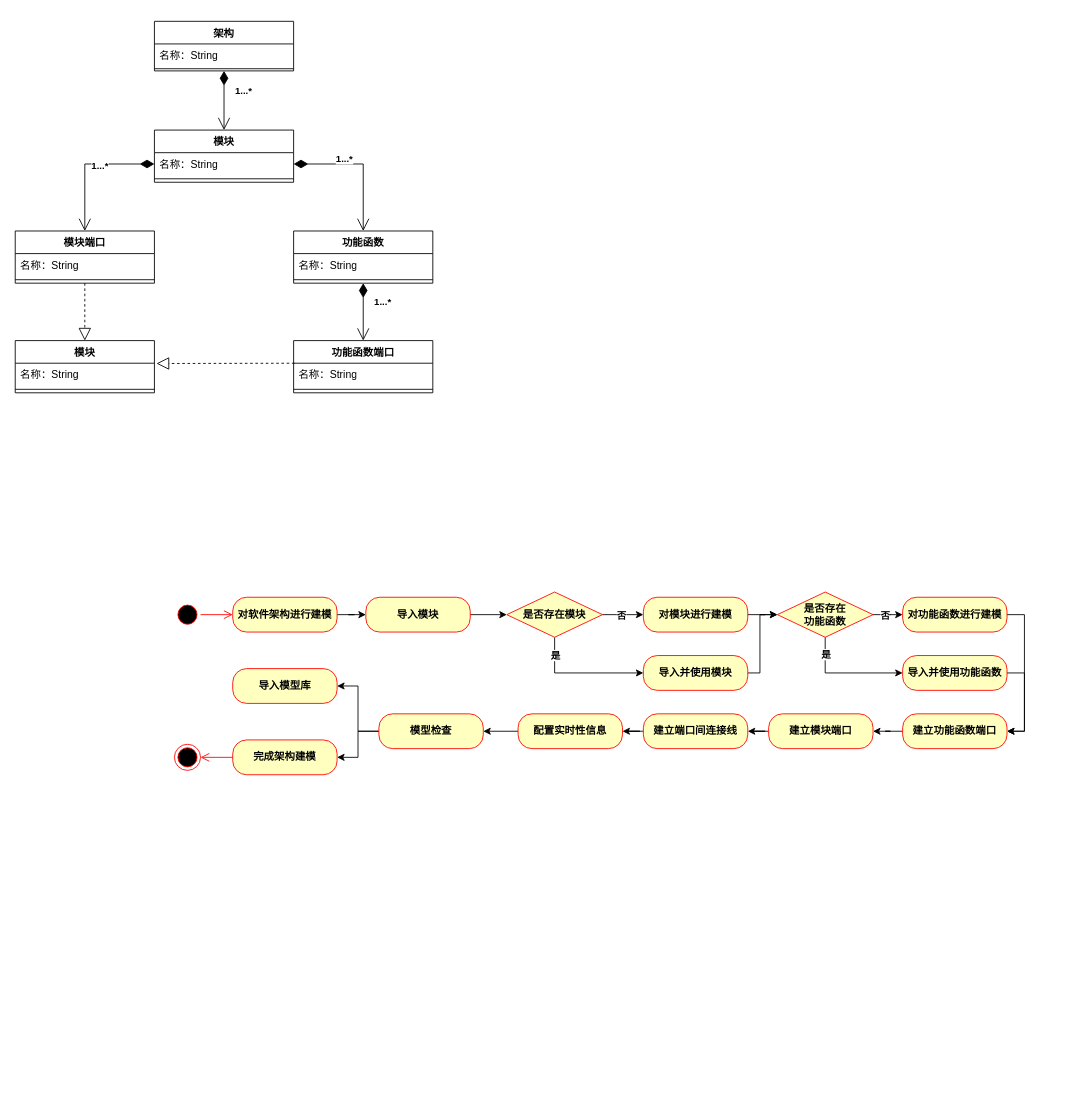
Earlier version of the draw.io diagram page "技术报告" (6 of 6) of Usage Instructions/安全攸关模版.drawio (Ayuan66/ArchTacRV-Software-Architectural-Tactics-Detector-and-Verifier). Source tidied: cells renumbered, new cells numbered last; positions are measured from the earlier drawing's top-left corner, leaving out a move shared by most shapes. Both pictures are drawn from the tidied source at 87%, with x=0, y=0 at pixel (15, 21).
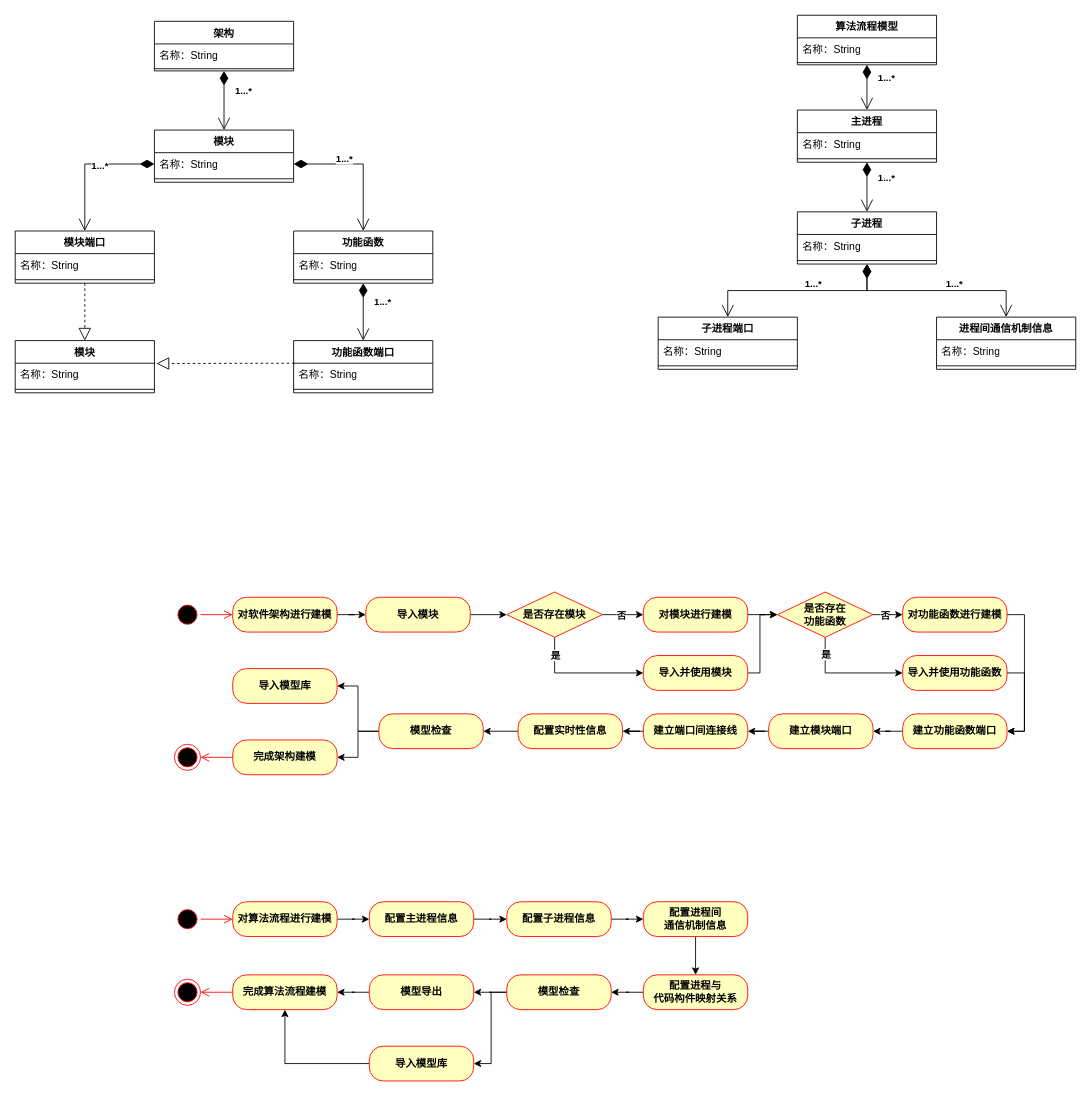
After the change.

Commit message:
更新技术报告

The edit, as a diff of the source:
```diff
@@
+    <mxCell id="65" value="算法流程模型" style="swimlane;fontStyle=1;align=center;verticalAlign=top;horizontal=1;startSize=26;whiteSpace=wrap;html=1;" parent="1" vertex="1">
+      <mxGeometry x="899" y="-7" width="160" height="57" as="geometry" />
+    </mxCell>
+    <mxCell id="66" value="名称：String" style="text;strokeColor=none;fillColor=none;align=left;verticalAlign=top;spacingLeft=4;spacingRight=4;overflow=hidden;whiteSpace=wrap;html=1;" parent="65" vertex="1">
+      <mxGeometry y="26" width="160" height="26" as="geometry" />
+    </mxCell>
+    <mxCell id="67" style="line;strokeWidth=1;fillColor=none;align=left;verticalAlign=middle;spacingTop=-1;spacingLeft=3;spacingRight=3;labelPosition=right;strokeColor=inherit;" parent="65" vertex="1">
+      <mxGeometry y="52" width="160" height="5" as="geometry" />
+    </mxCell>
+    <mxCell id="68" value="主进程" style="swimlane;fontStyle=1;align=center;verticalAlign=top;horizontal=1;startSize=26;whiteSpace=wrap;html=1;" parent="1" vertex="1">
+      <mxGeometry x="899" y="102" width="160" height="60" as="geometry" />
+    </mxCell>
+    <mxCell id="69" value="&lt;div&gt;名称：String&lt;/div&gt;" style="text;strokeColor=none;fillColor=none;align=left;verticalAlign=top;spacingLeft=4;spacingRight=4;overflow=hidden;whiteSpace=wrap;html=1;" parent="68" vertex="1">
+      <mxGeometry y="26" width="160" height="26" as="geometry" />
+    </mxCell>
+    <mxCell id="70" style="line;strokeWidth=1;fillColor=none;align=left;verticalAlign=middle;spacingTop=-1;spacingLeft=3;spacingRight=3;labelPosition=right;strokeColor=inherit;" parent="68" vertex="1">
+      <mxGeometry y="52" width="160" height="8" as="geometry" />
+    </mxCell>
+    <mxCell id="71" value="子进程" style="swimlane;fontStyle=1;align=center;verticalAlign=top;horizontal=1;startSize=26;whiteSpace=wrap;html=1;" parent="1" vertex="1">
+      <mxGeometry x="899" y="219" width="160" height="60" as="geometry" />
+    </mxCell>
+    <mxCell id="72" value="&lt;div&gt;名称：String&lt;/div&gt;" style="text;strokeColor=none;fillColor=none;align=left;verticalAlign=top;spacingLeft=4;spacingRight=4;overflow=hidden;whiteSpace=wrap;html=1;" parent="71" vertex="1">
+      <mxGeometry y="26" width="160" height="26" as="geometry" />
+    </mxCell>
+    <mxCell id="73" style="line;strokeWidth=1;fillColor=none;align=left;verticalAlign=middle;spacingTop=-1;spacingLeft=3;spacingRight=3;labelPosition=right;strokeColor=inherit;" parent="71" vertex="1">
+      <mxGeometry y="52" width="160" height="8" as="geometry" />
+    </mxCell>
+    <mxCell id="74" value="子进程端口" style="swimlane;fontStyle=1;align=center;verticalAlign=top;horizontal=1;startSize=26;whiteSpace=wrap;html=1;" parent="1" vertex="1">
+      <mxGeometry x="739" y="340" width="160" height="60" as="geometry" />
+    </mxCell>
+    <mxCell id="75" value="&lt;div&gt;名称：String&lt;/div&gt;" style="text;strokeColor=none;fillColor=none;align=left;verticalAlign=top;spacingLeft=4;spacingRight=4;overflow=hidden;whiteSpace=wrap;html=1;" parent="74" vertex="1">
+      <mxGeometry y="26" width="160" height="26" as="geometry" />
+    </mxCell>
+    <mxCell id="76" style="line;strokeWidth=1;fillColor=none;align=left;verticalAlign=middle;spacingTop=-1;spacingLeft=3;spacingRight=3;labelPosition=right;strokeColor=inherit;" parent="74" vertex="1">
+      <mxGeometry y="52" width="160" height="8" as="geometry" />
+    </mxCell>
+    <mxCell id="77" value="进程间通信机制信息" style="swimlane;fontStyle=1;align=center;verticalAlign=top;horizontal=1;startSize=26;whiteSpace=wrap;html=1;" parent="1" vertex="1">
+      <mxGeometry x="1059" y="340" width="160" height="60" as="geometry" />
+    </mxCell>
+    <mxCell id="78" value="&lt;div&gt;名称：String&lt;/div&gt;" style="text;strokeColor=none;fillColor=none;align=left;verticalAlign=top;spacingLeft=4;spacingRight=4;overflow=hidden;whiteSpace=wrap;html=1;" parent="77" vertex="1">
+      <mxGeometry y="26" width="160" height="26" as="geometry" />
+    </mxCell>
+    <mxCell id="79" style="line;strokeWidth=1;fillColor=none;align=left;verticalAlign=middle;spacingTop=-1;spacingLeft=3;spacingRight=3;labelPosition=right;strokeColor=inherit;" parent="77" vertex="1">
+      <mxGeometry y="52" width="160" height="8" as="geometry" />
+    </mxCell>
+    <mxCell id="80" value="&lt;b&gt;1...*&lt;/b&gt;" style="endArrow=open;html=1;endSize=12;startArrow=diamondThin;startSize=14;startFill=1;edgeStyle=orthogonalEdgeStyle;align=left;verticalAlign=bottom;rounded=0;exitX=0.5;exitY=1;exitDx=0;exitDy=0;" parent="1" edge="1" source="65" target="68">
+      <mxGeometry x="-0.06" y="11" relative="1" as="geometry" />
+    </mxCell>
+    <mxCell id="81" value="&lt;b&gt;1...*&lt;/b&gt;" style="endArrow=open;html=1;endSize=12;startArrow=diamondThin;startSize=14;startFill=1;edgeStyle=orthogonalEdgeStyle;align=left;verticalAlign=bottom;rounded=0;exitX=0.5;exitY=1;exitDx=0;exitDy=0;entryX=0.5;entryY=0;entryDx=0;entryDy=0;" parent="1" edge="1" source="68" target="71">
+      <mxGeometry x="-0.06" y="11" relative="1" as="geometry" />
+    </mxCell>
+    <mxCell id="82" value="&lt;span&gt;1...*&lt;/span&gt;" style="endArrow=open;html=1;endSize=12;startArrow=diamondThin;startSize=14;startFill=1;edgeStyle=orthogonalEdgeStyle;align=left;verticalAlign=bottom;rounded=0;exitX=0.5;exitY=1;exitDx=0;exitDy=0;entryX=0.5;entryY=0;entryDx=0;entryDy=0;fontStyle=1;" parent="1" edge="1" source="71" target="74">
+      <mxGeometry x="-0.06" y="1" relative="1" as="geometry" />
+    </mxCell>
+    <mxCell id="83" value="&lt;b&gt;1...*&lt;/b&gt;" style="endArrow=open;html=1;endSize=12;startArrow=diamondThin;startSize=14;startFill=1;edgeStyle=orthogonalEdgeStyle;align=left;verticalAlign=bottom;rounded=0;exitX=0.5;exitY=1;exitDx=0;exitDy=0;" parent="1" edge="1" source="71" target="77">
+      <mxGeometry x="0.08" y="-1" relative="1" as="geometry" />
+    </mxCell>
+    <mxCell id="84" style="ellipse;html=1;shape=startState;fillColor=#000000;strokeColor=#ff0000;" parent="1" vertex="1">
+      <mxGeometry x="183" y="1017" width="30" height="30" as="geometry" />
+    </mxCell>
+    <mxCell id="85" style="edgeStyle=orthogonalEdgeStyle;rounded=0;jettySize=auto;html=1;" parent="1" edge="1" source="86" target="88">
+      <mxGeometry relative="1" as="geometry" />
+    </mxCell>
+    <mxCell id="86" value="对算法流程进行建模" style="rounded=1;whiteSpace=wrap;html=1;arcSize=40;fontColor=#000000;fillColor=#ffffc0;strokeColor=#ff0000;fontStyle=1;" parent="1" vertex="1">
+      <mxGeometry x="250" y="1012" width="120" height="40" as="geometry" />
+    </mxCell>
+    <mxCell id="87" style="edgeStyle=orthogonalEdgeStyle;rounded=0;jettySize=auto;html=1;" parent="1" edge="1" source="88" target="90">
+      <mxGeometry relative="1" as="geometry" />
+    </mxCell>
+    <mxCell id="88" value="配置主进程信息" style="rounded=1;whiteSpace=wrap;html=1;arcSize=40;fontColor=#000000;fillColor=#ffffc0;strokeColor=#ff0000;fontStyle=1;" parent="1" vertex="1">
+      <mxGeometry x="407" y="1012" width="120" height="40" as="geometry" />
+    </mxCell>
+    <mxCell id="89" style="edgeStyle=orthogonalEdgeStyle;rounded=0;jettySize=auto;html=1;" parent="1" edge="1" source="90" target="92">
+      <mxGeometry relative="1" as="geometry" />
+    </mxCell>
+    <mxCell id="90" value="配置子进程信息" style="rounded=1;whiteSpace=wrap;html=1;arcSize=40;fontColor=#000000;fillColor=#ffffc0;strokeColor=#ff0000;fontStyle=1;" parent="1" vertex="1">
+      <mxGeometry x="565" y="1012" width="120" height="40" as="geometry" />
+    </mxCell>
+    <mxCell id="91" style="edgeStyle=orthogonalEdgeStyle;rounded=0;jettySize=auto;html=1;" parent="1" edge="1" source="92" target="94">
+      <mxGeometry relative="1" as="geometry" />
+    </mxCell>
+    <mxCell id="92" value="配置进程间&lt;div&gt;通信机制信息&lt;/div&gt;" style="rounded=1;whiteSpace=wrap;html=1;arcSize=40;fontColor=#000000;fillColor=#ffffc0;strokeColor=#ff0000;fontStyle=1;" parent="1" vertex="1">
+      <mxGeometry x="722" y="1012" width="120" height="40" as="geometry" />
+    </mxCell>
+    <mxCell id="93" style="edgeStyle=orthogonalEdgeStyle;rounded=0;jettySize=auto;html=1;" parent="1" edge="1" source="94" target="97">
+      <mxGeometry relative="1" as="geometry" />
+    </mxCell>
+    <mxCell id="94" value="配置进程与&lt;div&gt;代码构件映射关系&lt;/div&gt;" style="rounded=1;whiteSpace=wrap;html=1;arcSize=40;fontColor=#000000;fillColor=#ffffc0;strokeColor=#ff0000;fontStyle=1;" parent="1" vertex="1">
+      <mxGeometry x="722" y="1096" width="120" height="40" as="geometry" />
+    </mxCell>
+    <mxCell id="95" style="edgeStyle=orthogonalEdgeStyle;rounded=0;jettySize=auto;html=1;" parent="1" edge="1" source="97" target="99">
+      <mxGeometry relative="1" as="geometry" />
+    </mxCell>
+    <mxCell id="96" style="edgeStyle=orthogonalEdgeStyle;rounded=0;jettySize=auto;html=1;entryX=1;entryY=0.5;entryDx=0;entryDy=0;" parent="1" edge="1" source="97" target="104">
+      <mxGeometry relative="1" as="geometry">
+        <Array as="points">
+          <mxPoint x="547" y="1116" />
+          <mxPoint x="547" y="1198" />
+        </Array>
+      </mxGeometry>
+    </mxCell>
+    <mxCell id="97" value="模型检查" style="rounded=1;whiteSpace=wrap;html=1;arcSize=40;fontColor=#000000;fillColor=#ffffc0;strokeColor=#ff0000;fontStyle=1;" parent="1" vertex="1">
+      <mxGeometry x="565" y="1096" width="120" height="40" as="geometry" />
+    </mxCell>
+    <mxCell id="98" style="edgeStyle=orthogonalEdgeStyle;rounded=0;jettySize=auto;html=1;" parent="1" edge="1" source="99" target="105">
+      <mxGeometry relative="1" as="geometry" />
+    </mxCell>
+    <mxCell id="99" value="模型导出" style="rounded=1;whiteSpace=wrap;html=1;arcSize=40;fontColor=#000000;fillColor=#ffffc0;strokeColor=#ff0000;fontStyle=1;" parent="1" vertex="1">
+      <mxGeometry x="407" y="1096" width="120" height="40" as="geometry" />
+    </mxCell>
+    <mxCell id="100" style="ellipse;html=1;shape=endState;fillColor=#000000;strokeColor=#ff0000;" parent="1" vertex="1">
+      <mxGeometry x="183" y="1101" width="30" height="30" as="geometry" />
+    </mxCell>
+    <mxCell id="101" style="edgeStyle=orthogonalEdgeStyle;html=1;verticalAlign=bottom;endArrow=open;endSize=8;strokeColor=#ff0000;rounded=0;entryX=0;entryY=0.5;entryDx=0;entryDy=0;exitX=1;exitY=0.5;exitDx=0;exitDy=0;" parent="1" edge="1" source="84" target="86">
+      <mxGeometry relative="1" as="geometry" />
+    </mxCell>
+    <mxCell id="102" style="edgeStyle=orthogonalEdgeStyle;html=1;verticalAlign=bottom;endArrow=open;endSize=8;strokeColor=#ff0000;rounded=0;entryX=1;entryY=0.5;entryDx=0;entryDy=0;exitX=0;exitY=0.5;exitDx=0;exitDy=0;" parent="1" edge="1" source="105" target="100">
+      <mxGeometry relative="1" as="geometry" />
+    </mxCell>
+    <mxCell id="103" style="edgeStyle=orthogonalEdgeStyle;rounded=0;jettySize=auto;html=1;" parent="1" edge="1" source="104" target="105">
+      <mxGeometry relative="1" as="geometry" />
+    </mxCell>
+    <mxCell id="104" value="导入模型库" style="rounded=1;whiteSpace=wrap;html=1;arcSize=40;fontColor=#000000;fillColor=#ffffc0;strokeColor=#ff0000;fontStyle=1;" parent="1" vertex="1">
+      <mxGeometry x="407" y="1178" width="120" height="40" as="geometry" />
+    </mxCell>
+    <mxCell id="105" value="完成算法流程建模" style="rounded=1;whiteSpace=wrap;html=1;arcSize=40;fontColor=#000000;fillColor=#ffffc0;strokeColor=#ff0000;fontStyle=1;" parent="1" vertex="1">
+      <mxGeometry x="250" y="1096" width="120" height="40" as="geometry" />
+    </mxCell>
```
